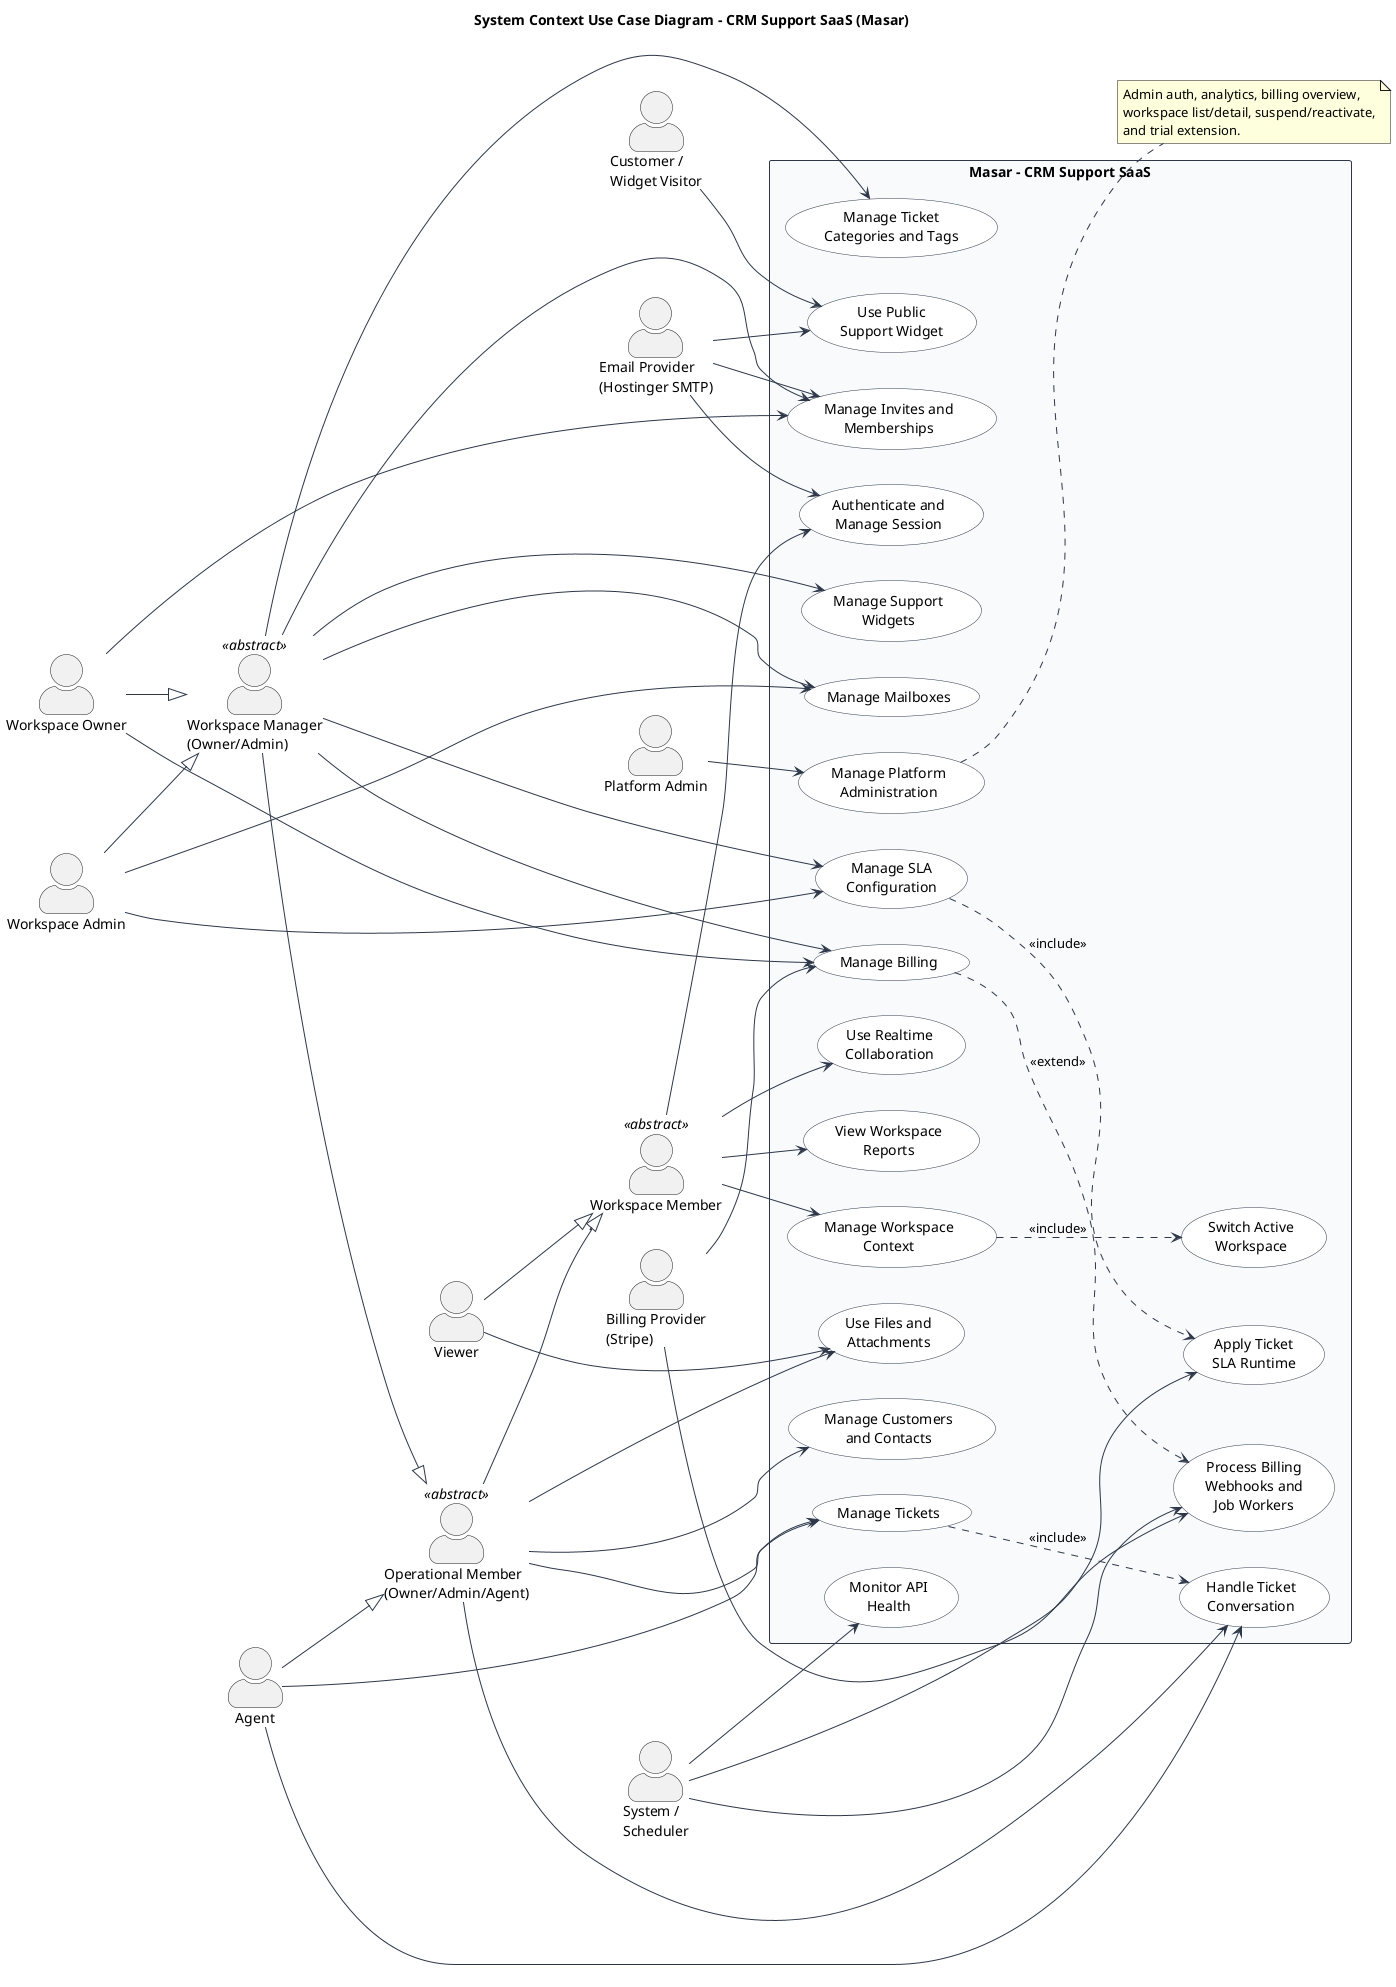
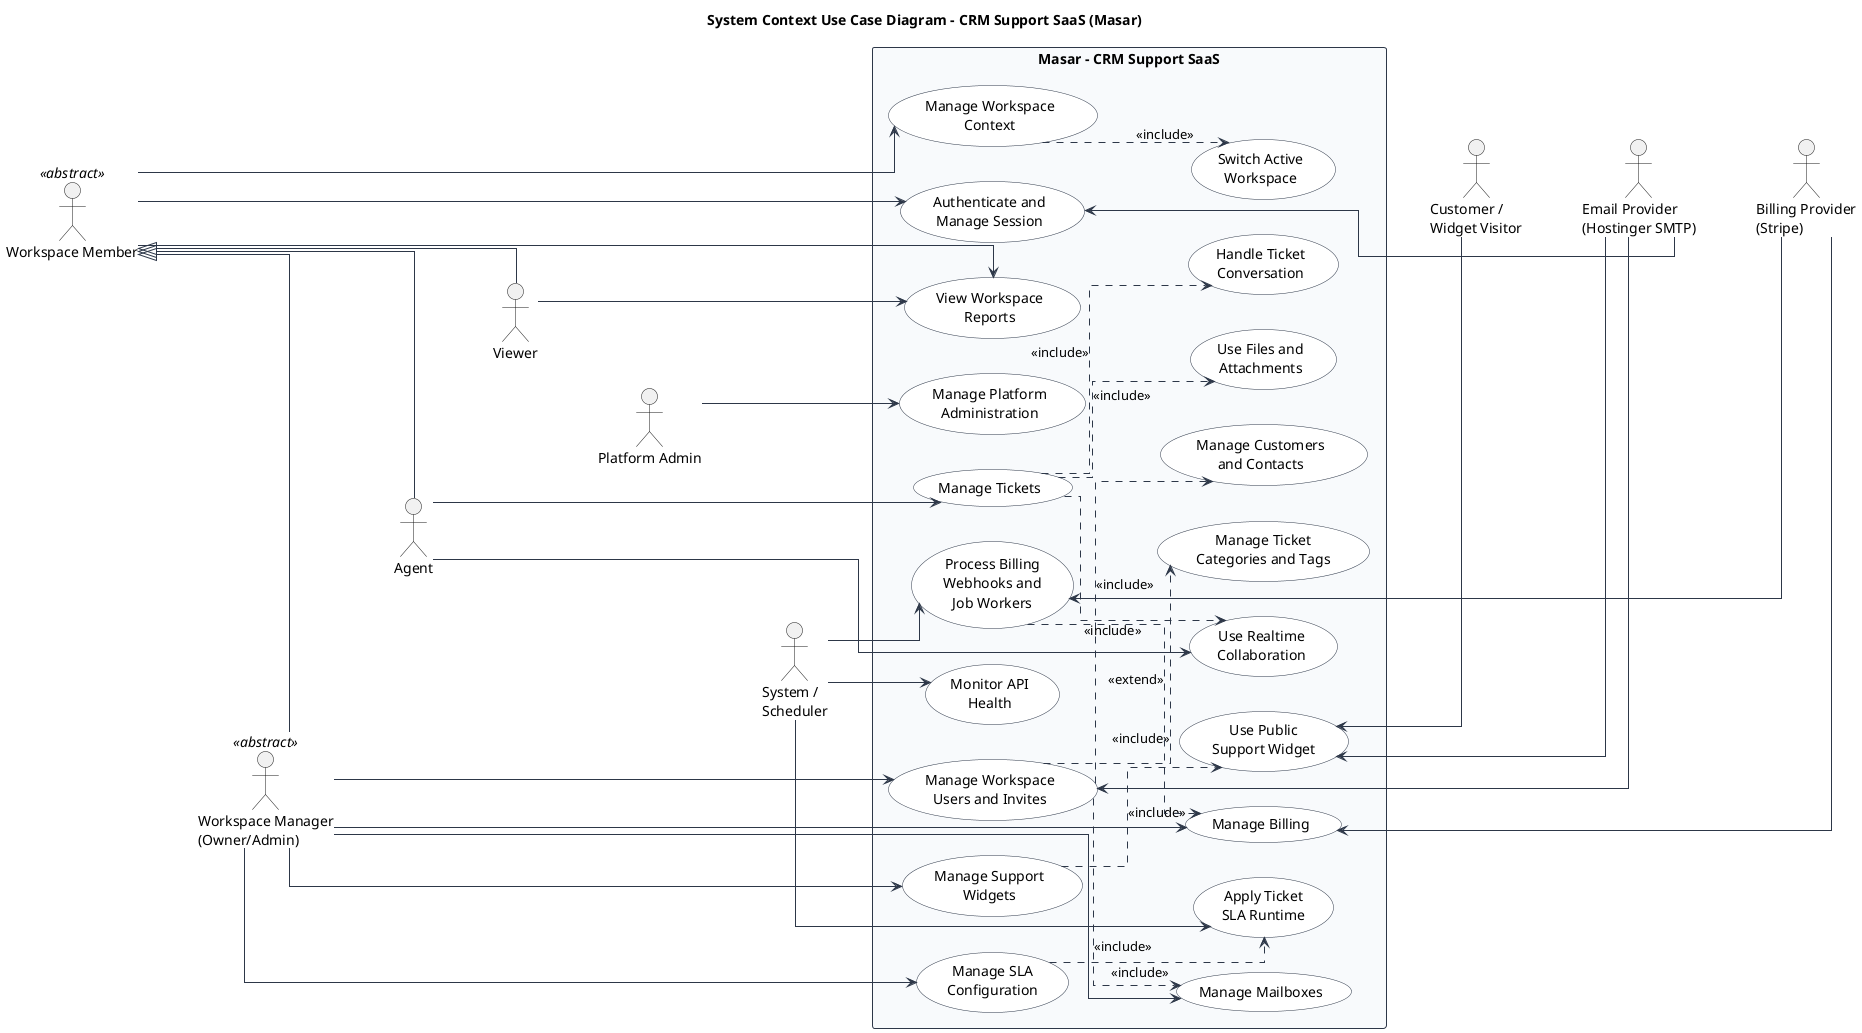
@startuml
title System Context Use Case Diagram - CRM Support SaaS (Masar)

left to right direction
skinparam shadowing false
skinparam packageStyle rectangle
- skinparam actorStyle awesome
+ skinparam actorStyle stickman
skinparam defaultFontName Arial
+ skinparam linetype ortho
skinparam rectangle {
  BackgroundColor #F8FAFC
  BorderColor #2D3748
}
skinparam usecase {
  BackgroundColor #FFFFFF
  BorderColor #2D3748
  ArrowColor #2D3748
}

- actor "Platform Admin" as PlatformAdmin
actor "Workspace Member" as WorkspaceMember <<abstract>>
- actor "Operational Member\n(Owner/Admin/Agent)" as OperationalMember <<abstract>>
actor "Workspace Manager\n(Owner/Admin)" as WorkspaceManager <<abstract>>
- actor "Workspace Owner" as Owner
- actor "Workspace Admin" as Admin
actor "Agent" as Agent
actor "Viewer" as Viewer
- actor "Customer /\nWidget Visitor" as Customer
- actor "Billing Provider\n(Stripe)" as BillingProvider
- actor "Email Provider\n(Hostinger SMTP)" as EmailProvider
+ actor "Platform Admin" as PlatformAdmin
actor "System /\nScheduler" as Scheduler

- Owner --|> WorkspaceManager
- Admin --|> WorkspaceManager
- WorkspaceManager --|> OperationalMember
- Agent --|> OperationalMember
- OperationalMember --|> WorkspaceMember
+ WorkspaceManager --|> WorkspaceMember
+ Agent --|> WorkspaceMember
Viewer --|> WorkspaceMember
+ 
+ WorkspaceMember -[hidden]down-> WorkspaceManager
+ WorkspaceManager -[hidden]down-> Agent
+ Agent -[hidden]down-> Viewer
+ Viewer -[hidden]down-> PlatformAdmin
+ PlatformAdmin -[hidden]down-> Scheduler

rectangle "Masar - CRM Support SaaS" as System {
  (Authenticate and\nManage Session) as UCAuth
  (Manage Workspace\nContext) as UCWorkspace
  (Switch Active\nWorkspace) as UCSwitch
-   (Manage Invites and\nMemberships) as UCInvites
+   (Manage Workspace\nUsers and Invites) as UCWorkspaceUsers
+ 
  (Manage Mailboxes) as UCMailboxes
  (Manage Customers\nand Contacts) as UCCustomers
  (Manage Ticket\nCategories and Tags) as UCDictionaries
+   (Manage SLA\nConfiguration) as UCSla
+   (Apply Ticket\nSLA Runtime) as UCSlaRuntime
+   (View Workspace\nReports) as UCReports
+ 
  (Manage Tickets) as UCTickets
  (Handle Ticket\nConversation) as UCConversation
  (Use Files and\nAttachments) as UCFiles
-   (Manage SLA\nConfiguration) as UCSla
-   (Apply Ticket\nSLA Runtime) as UCSlaRuntime
  (Use Realtime\nCollaboration) as UCRealtime
  (Manage Support\nWidgets) as UCWidgetAdmin
  (Use Public\nSupport Widget) as UCWidgetPublic
+ 
  (Manage Billing) as UCBilling
  (Process Billing\nWebhooks and\nJob Workers) as UCBillingEvents
-   (View Workspace\nReports) as UCReports
  (Manage Platform\nAdministration) as UCPlatform
  (Monitor API\nHealth) as UCHealth
}

+ together {
+   actor "Customer /\nWidget Visitor" as Customer
+   actor "Email Provider\n(Hostinger SMTP)" as EmailProvider
+   actor "Billing Provider\n(Stripe)" as BillingProvider
+ }
+ 
+ Customer -[hidden]down- EmailProvider
+ EmailProvider -[hidden]down- BillingProvider
+ 
+ WorkspaceMember -[hidden]right- UCAuth
+ WorkspaceManager -[hidden]right- UCWorkspaceUsers
+ Agent -[hidden]right- UCTickets
+ Viewer -[hidden]right- UCReports
+ PlatformAdmin -[hidden]right- UCPlatform
+ Scheduler -[hidden]right- UCHealth
+ 
+ UCWidgetPublic -[hidden]right-> Customer
+ UCAuth -[hidden]right-> EmailProvider
+ UCBilling -[hidden]right-> BillingProvider
+ 
WorkspaceMember --> UCAuth
WorkspaceMember --> UCWorkspace
- WorkspaceMember --> UCRealtime
WorkspaceMember --> UCReports

- WorkspaceManager --> UCInvites
+ WorkspaceManager --> UCWorkspaceUsers
WorkspaceManager --> UCMailboxes
- WorkspaceManager --> UCDictionaries
WorkspaceManager --> UCSla
WorkspaceManager --> UCWidgetAdmin
WorkspaceManager --> UCBilling

- Owner --> UCInvites
- Owner --> UCBilling
- Admin --> UCMailboxes
- Admin --> UCSla
Agent --> UCTickets
- Agent --> UCConversation
+ Agent --> UCRealtime

- OperationalMember --> UCCustomers
- OperationalMember --> UCTickets
- OperationalMember --> UCConversation
- OperationalMember --> UCFiles
- Viewer --> UCFiles
+ Viewer --> UCReports

- Customer --> UCWidgetPublic
+ UCWidgetPublic <-- Customer
PlatformAdmin --> UCPlatform

- BillingProvider --> UCBilling
- BillingProvider --> UCBillingEvents
- 
- EmailProvider --> UCAuth
- EmailProvider --> UCInvites
- EmailProvider --> UCWidgetPublic
- 
+ UCBilling <-- BillingProvider
+ UCBillingEvents <-- BillingProvider
+ UCAuth <-- EmailProvider
+ UCWorkspaceUsers <-- EmailProvider
+ UCWidgetPublic <-- EmailProvider
Scheduler --> UCBillingEvents
Scheduler --> UCSlaRuntime
Scheduler --> UCHealth

UCWorkspace ..> UCSwitch : <<include>>
+ UCWorkspaceUsers ..> UCMailboxes : <<include>>
+ UCWorkspaceUsers ..> UCCustomers : <<include>>
+ UCWorkspaceUsers ..> UCDictionaries : <<include>>
UCTickets ..> UCConversation : <<include>>
+ UCTickets ..> UCFiles : <<include>>
+ UCTickets ..> UCRealtime : <<include>>
UCSla ..> UCSlaRuntime : <<include>>
- UCBilling ..> UCBillingEvents : <<extend>>
- 
- note right of UCPlatform
- Admin auth, analytics, billing overview,
- workspace list/detail, suspend/reactivate,
- and trial extension.
- end note
+ UCWidgetAdmin ..> UCWidgetPublic : <<include>>
+ UCBillingEvents ..> UCBilling : <<extend>>

@enduml
